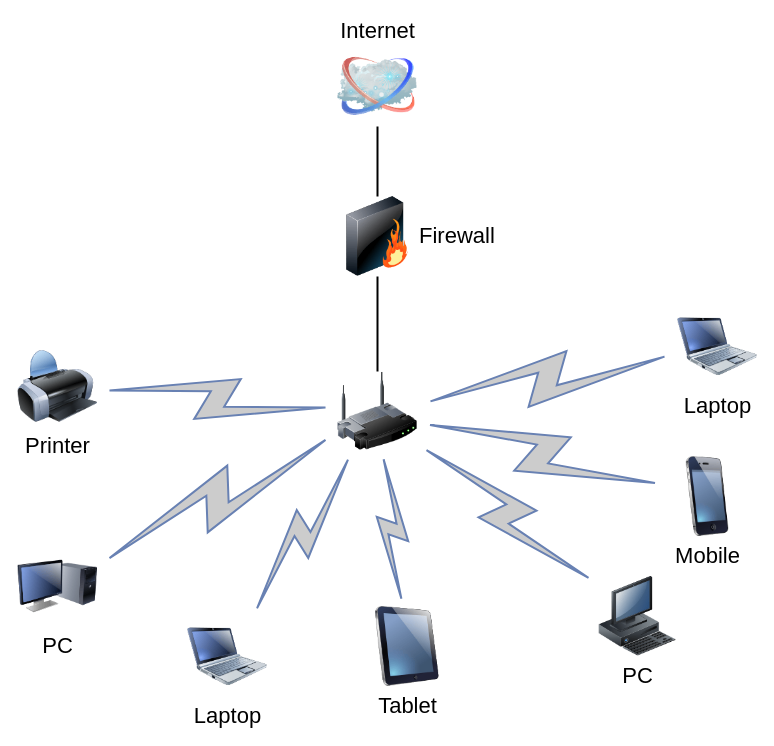
This is 开题自问自答_网络攻击.drawio from zeandon/draw.io, a draw.io file, before an edit. Source tidied: cells renumbered, new cells numbered last; positions are measured from the earlier drawing's top-left corner, leaving out a move shared by most shapes. Both pictures are drawn from the tidied source at 100%, with x=0, y=0 at pixel (17, 46).
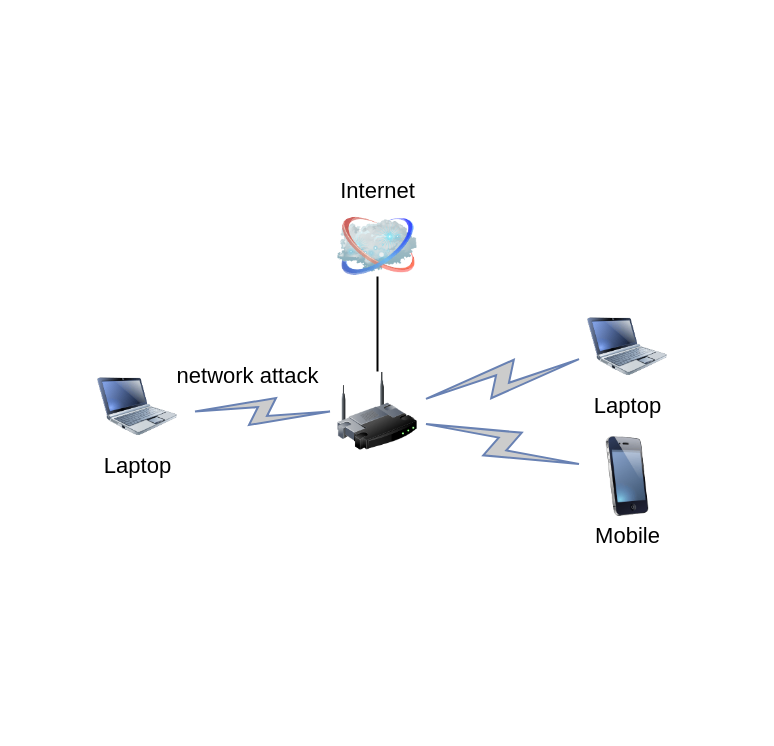
After the change.

Commit message:
更新开题自问自答_网络攻击.drawio

The change refers to these unchanged cells:
```xml
<mxCell id="3" style="image;html=1;labelBackgroundColor=#ffffff;image=img/lib/clip_art/networking/Wireless_Router_128x128.png;rounded=1;shadow=0;comic=0;strokeWidth=2;fontSize=22;" parent="1" vertex="1">
  <mxGeometry x="320" y="325" width="80" height="80" as="geometry" />
</mxCell>
```

What changed in the source:
```diff
@@
-    <mxCell id="2" style="edgeStyle=none;rounded=0;html=1;labelBackgroundColor=none;endArrow=none;strokeWidth=2;fontFamily=Verdana;fontSize=22;" parent="1" edge="1" source="3" target="6">
-      <mxGeometry relative="1" as="geometry" />
+    <mxCell id="2" style="edgeStyle=none;rounded=0;html=1;labelBackgroundColor=none;endArrow=none;strokeWidth=2;fontFamily=Verdana;fontSize=22;" parent="1" edge="1" source="3">
+      <mxGeometry relative="1" as="geometry">
+        <mxPoint x="360" y="230" as="targetPoint" />
+      </mxGeometry>
     </mxCell>
@@
     <mxCell id="4" value="Internet" style="image;html=1;labelBackgroundColor=#ffffff;image=img/lib/clip_art/networking/Cloud_128x128.png;rounded=1;shadow=0;comic=0;strokeWidth=2;fontSize=22;labelPosition=center;verticalLabelPosition=top;align=center;verticalAlign=bottom;" parent="1" vertex="1">
-      <mxGeometry x="320" width="80" height="80" as="geometry" />
+      <mxGeometry x="320" y="160" width="80" height="80" as="geometry" />
     </mxCell>
-    <mxCell id="5" style="edgeStyle=none;rounded=0;html=1;labelBackgroundColor=none;endArrow=none;strokeWidth=2;fontFamily=Verdana;fontSize=22;" parent="1" edge="1" source="6" target="4">
-      <mxGeometry relative="1" as="geometry" />
-    </mxCell>
-    <mxCell id="6" value="Firewall" style="image;html=1;labelBackgroundColor=#ffffff;image=img/lib/clip_art/networking/Firewall_128x128.png;rounded=1;shadow=0;comic=0;strokeWidth=2;fontSize=22;labelPosition=right;verticalLabelPosition=middle;align=left;verticalAlign=middle;" parent="1" vertex="1">
-      <mxGeometry x="320" y="150" width="80" height="80" as="geometry" />
-    </mxCell>
-    <mxCell id="7" value="Tablet" style="image;html=1;labelBackgroundColor=#ffffff;image=img/lib/clip_art/computers/iPad_128x128.png;rounded=1;shadow=0;comic=0;strokeWidth=2;fontSize=22;" parent="1" vertex="1">
-      <mxGeometry x="350" y="560" width="80" height="80" as="geometry" />
-    </mxCell>
-    <mxCell id="8" value="PC" style="image;html=1;labelBackgroundColor=#ffffff;image=img/lib/clip_art/computers/Monitor_Tower_128x128.png;rounded=1;shadow=0;comic=0;strokeWidth=2;fontSize=22;" parent="1" vertex="1">
-      <mxGeometry y="500" width="80" height="80" as="geometry" />
-    </mxCell>
-    <mxCell id="9" value="Printer" style="image;html=1;labelBackgroundColor=#ffffff;image=img/lib/clip_art/computers/Printer_128x128.png;rounded=1;shadow=0;comic=0;strokeWidth=2;fontSize=22;" parent="1" vertex="1">
-      <mxGeometry y="300" width="80" height="80" as="geometry" />
-    </mxCell>
-    <mxCell id="10" value="PC" style="image;html=1;labelBackgroundColor=#ffffff;image=img/lib/clip_art/computers/Workstation_128x128.png;rounded=1;shadow=0;comic=0;strokeWidth=2;fontSize=22;" parent="1" vertex="1">
-      <mxGeometry x="580" y="530" width="80" height="80" as="geometry" />
-    </mxCell>
     <mxCell id="11" value="Mobile" style="image;html=1;labelBackgroundColor=#ffffff;image=img/lib/clip_art/telecommunication/iPhone_128x128.png;rounded=1;shadow=0;comic=0;strokeWidth=2;fontSize=22;" parent="1" vertex="1">
-      <mxGeometry x="650" y="410" width="80" height="80" as="geometry" />
+      <mxGeometry x="570" y="390" width="80" height="80" as="geometry" />
     </mxCell>
     <mxCell id="12" value="Laptop" style="image;html=1;labelBackgroundColor=#ffffff;image=img/lib/clip_art/computers/Netbook_128x128.png;rounded=1;shadow=0;comic=0;strokeColor=#000000;strokeWidth=2;fillColor=#FFFFFF;fontSize=22;fontColor=#000000;" parent="1" vertex="1">
-      <mxGeometry x="660" y="260" width="80" height="80" as="geometry" />
+      <mxGeometry x="570" y="260" width="80" height="80" as="geometry" />
     </mxCell>
-    <mxCell id="13" value="Laptop" style="image;html=1;labelBackgroundColor=#ffffff;image=img/lib/clip_art/computers/Netbook_128x128.png;rounded=1;shadow=0;comic=0;strokeWidth=2;fontSize=22;" parent="1" vertex="1">
-      <mxGeometry x="170" y="570" width="80" height="80" as="geometry" />
-    </mxCell>
-    <mxCell id="14" style="html=1;fillColor=#CCCCCC;strokeColor=#6881B3;gradientColor=none;gradientDirection=north;strokeWidth=2;shape=mxgraph.networks.comm_link_edge;html=1;labelBackgroundColor=none;endArrow=none;fontFamily=Verdana;fontSize=22;fontColor=#000000;" parent="1" edge="1" source="9" target="3">
-      <mxGeometry relative="1" as="geometry" />
+    <mxCell id="14" style="html=1;fillColor=#CCCCCC;strokeColor=#6881B3;gradientColor=none;gradientDirection=north;strokeWidth=2;shape=mxgraph.networks.comm_link_edge;html=1;labelBackgroundColor=none;endArrow=none;fontFamily=Verdana;fontSize=22;fontColor=#000000;" parent="1" edge="1" target="3">
+      <mxGeometry relative="1" as="geometry">
+        <mxPoint x="170" y="365" as="sourcePoint" />
+      </mxGeometry>
     </mxCell>
-    <mxCell id="15" style="html=1;fillColor=#CCCCCC;strokeColor=#6881B3;gradientColor=none;gradientDirection=north;strokeWidth=2;shape=mxgraph.networks.comm_link_edge;html=1;labelBackgroundColor=none;endArrow=none;fontFamily=Verdana;fontSize=22;fontColor=#000000;fontStyle=1;" parent="1" edge="1" source="8" target="3">
-      <mxGeometry relative="1" as="geometry" />
-    </mxCell>
-    <mxCell id="16" style="html=1;fillColor=#CCCCCC;strokeColor=#6881B3;gradientColor=none;gradientDirection=north;strokeWidth=2;shape=mxgraph.networks.comm_link_edge;html=1;labelBackgroundColor=none;endArrow=none;fontFamily=Verdana;fontSize=22;fontColor=#000000;" parent="1" edge="1" source="13" target="3">
-      <mxGeometry relative="1" as="geometry" />
-    </mxCell>
-    <mxCell id="17" style="html=1;fillColor=#CCCCCC;strokeColor=#6881B3;gradientColor=none;gradientDirection=north;strokeWidth=2;shape=mxgraph.networks.comm_link_edge;html=1;labelBackgroundColor=none;endArrow=none;fontFamily=Verdana;fontSize=22;fontColor=#000000;" parent="1" edge="1" source="7" target="3">
-      <mxGeometry relative="1" as="geometry" />
-    </mxCell>
-    <mxCell id="18" style="html=1;fillColor=#CCCCCC;strokeColor=#6881B3;gradientColor=none;gradientDirection=north;strokeWidth=2;shape=mxgraph.networks.comm_link_edge;html=1;labelBackgroundColor=none;endArrow=none;fontFamily=Verdana;fontSize=22;fontColor=#000000;" parent="1" edge="1" source="10" target="3">
-      <mxGeometry relative="1" as="geometry" />
-    </mxCell>
@@
+    <mxCell id="13" value="Laptop" style="image;html=1;labelBackgroundColor=#ffffff;image=img/lib/clip_art/computers/Netbook_128x128.png;rounded=1;shadow=0;comic=0;strokeColor=#000000;strokeWidth=2;fillColor=#FFFFFF;fontSize=22;fontColor=#000000;" parent="1" vertex="1">
+      <mxGeometry x="80" y="320" width="80" height="80" as="geometry" />
+    </mxCell>
+    <mxCell id="21" value="network&amp;nbsp;&lt;span style=&quot;background-color: transparent; color: light-dark(rgb(0, 0, 0), rgb(255, 255, 255));&quot;&gt;attack&lt;/span&gt;" style="text;strokeColor=none;fillColor=none;html=1;fontSize=22;fontStyle=0;verticalAlign=middle;align=center;" parent="1" vertex="1">
+      <mxGeometry x="180" y="310" width="100" height="40" as="geometry" />
+    </mxCell>
```
